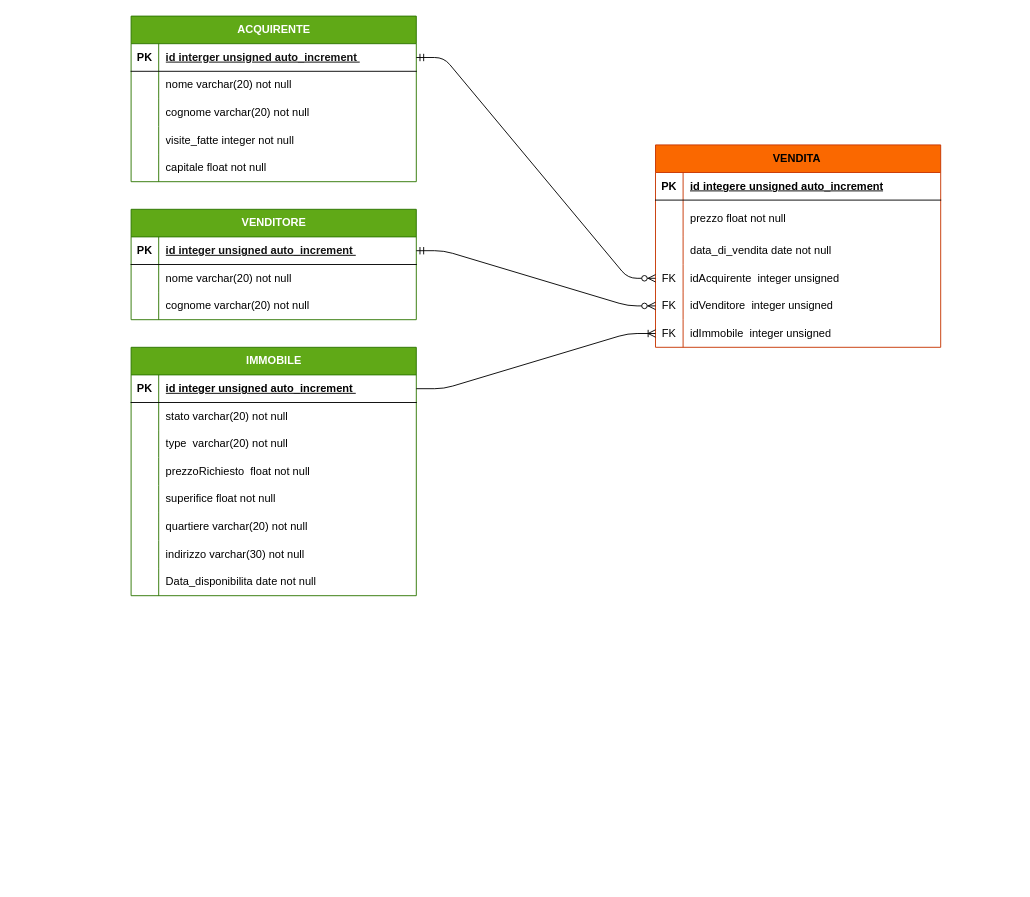
Above: docs/er.drawio in Lanfr4/AgenziaImmo (draw.io), before the change. Source tidied: cells renumbered, new cells numbered last; positions are measured from the earlier drawing's top-left corner, leaving out a move shared by most shapes. Both pictures are drawn from the tidied source at 92%, with x=0, y=0 at pixel (131, 16).
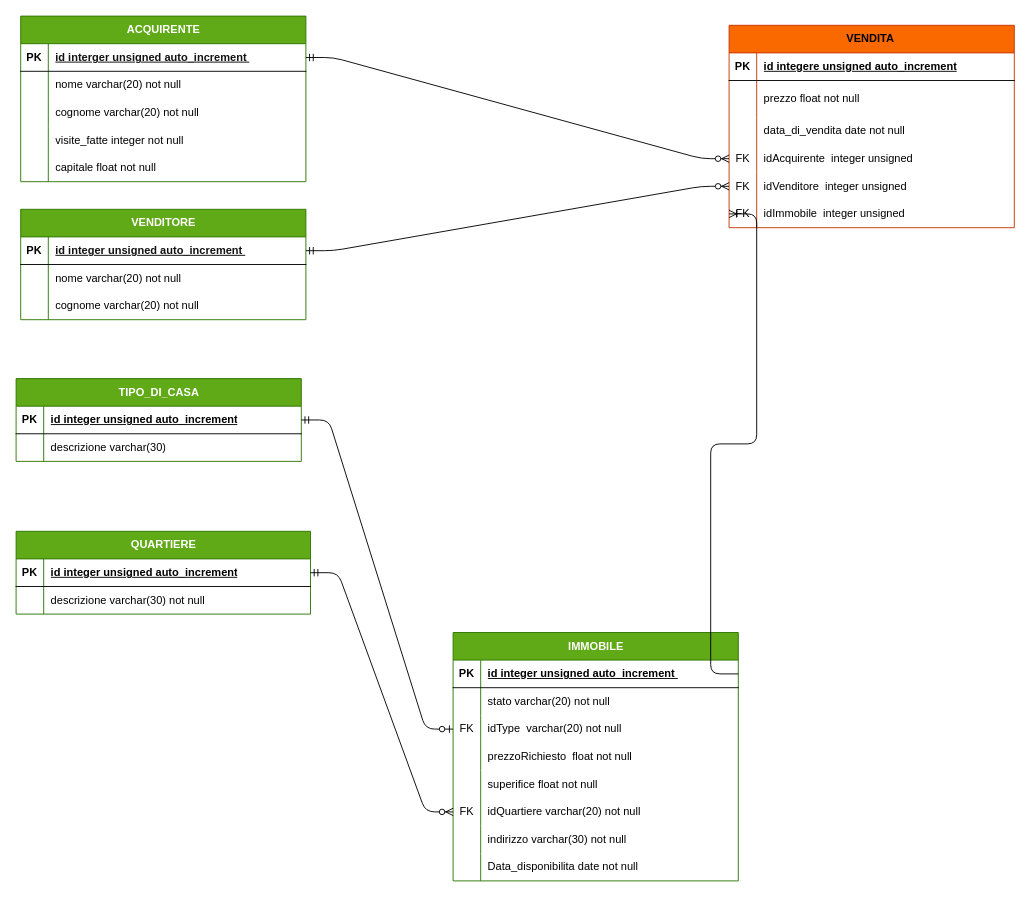
Above is the later version.

Unchanged cells that the change refers to:
```xml
<mxCell id="25" style="shape=tableRow;horizontal=0;startSize=0;swimlaneHead=0;swimlaneBody=0;fillColor=none;points=[[0,0.5],[1,0.5]];portConstraint=eastwest;top=0;left=0;right=0;bottom=0;" parent="18" vertex="1">
  <mxGeometry y="90" width="310" height="30" as="geometry" />
</mxCell>
<mxCell id="34" style="shape=tableRow;horizontal=0;startSize=0;swimlaneHead=0;swimlaneBody=0;fillColor=none;points=[[0,0.5],[1,0.5]];portConstraint=eastwest;top=0;left=0;right=0;bottom=0;" parent="18" vertex="1">
  <mxGeometry y="180" width="310" height="30" as="geometry" />
</mxCell>
```

The edit, as a diff of the source:
```diff
@@
     <mxCell id="2" value="ACQUIRENTE" style="shape=table;startSize=30;childLayout=tableLayout;rowLines=0;fontStyle=1;align=center;html=1;fillColor=#60a917;fontColor=#ffffff;strokeColor=#2D7600;" parent="1" vertex="1">
-      <mxGeometry width="310" height="180" as="geometry" />
+      <mxGeometry x="-120" width="310" height="180" as="geometry" />
     </mxCell>
@@
     <mxCell id="18" value="IMMOBILE" style="shape=table;startSize=30;childLayout=tableLayout;rowLines=0;fontStyle=1;align=center;html=1;fillColor=#60a917;strokeColor=#2D7600;fontColor=#ffffff;" parent="1" vertex="1">
-      <mxGeometry y="360" width="310" height="270" as="geometry" />
+      <mxGeometry x="350" y="670" width="310" height="270" as="geometry" />
     </mxCell>
@@
-    <mxCell id="26" style="shape=partialRectangle;fillColor=none;top=0;left=0;bottom=0;right=0;overflow=hidden;whiteSpace=wrap;html=1;" parent="25" vertex="1">
+    <mxCell id="26" value="FK" style="shape=partialRectangle;fillColor=none;top=0;left=0;bottom=0;right=0;overflow=hidden;whiteSpace=wrap;html=1;" parent="25" vertex="1">
       <mxGeometry width="30" height="30" as="geometry" />
     </mxCell>
-    <mxCell id="27" value="type&amp;nbsp; varchar(20) not null" style="shape=partialRectangle;fillColor=none;top=0;left=0;bottom=0;right=0;align=left;spacingLeft=6;overflow=hidden;whiteSpace=wrap;html=1;" parent="25" vertex="1">
+    <mxCell id="27" value="idType&amp;nbsp; varchar(20) not null" style="shape=partialRectangle;fillColor=none;top=0;left=0;bottom=0;right=0;align=left;spacingLeft=6;overflow=hidden;whiteSpace=wrap;html=1;" parent="25" vertex="1">
       <mxGeometry x="30" width="280" height="30" as="geometry" />
     </mxCell>
@@
-    <mxCell id="35" style="shape=partialRectangle;fillColor=none;top=0;left=0;bottom=0;right=0;overflow=hidden;whiteSpace=wrap;html=1;" parent="34" vertex="1">
+    <mxCell id="35" value="FK" style="shape=partialRectangle;fillColor=none;top=0;left=0;bottom=0;right=0;overflow=hidden;whiteSpace=wrap;html=1;" parent="34" vertex="1">
       <mxGeometry width="30" height="30" as="geometry" />
     </mxCell>
-    <mxCell id="36" value="quartiere varchar(20) not null&amp;nbsp;" style="shape=partialRectangle;fillColor=none;top=0;left=0;bottom=0;right=0;align=left;spacingLeft=6;overflow=hidden;whiteSpace=wrap;html=1;" parent="34" vertex="1">
+    <mxCell id="36" value="idQuartiere varchar(20) not null&amp;nbsp;" style="shape=partialRectangle;fillColor=none;top=0;left=0;bottom=0;right=0;align=left;spacingLeft=6;overflow=hidden;whiteSpace=wrap;html=1;" parent="34" vertex="1">
       <mxGeometry x="30" width="280" height="30" as="geometry" />
     </mxCell>
@@
     <mxCell id="43" value="VENDITA&amp;nbsp;" style="shape=table;startSize=30;childLayout=tableLayout;rowLines=0;fontStyle=1;align=center;html=1;fillColor=#fa6800;fontColor=#000000;strokeColor=#C73500;" parent="1" vertex="1">
-      <mxGeometry x="570" y="140" width="310" height="220" as="geometry" />
+      <mxGeometry x="650" y="10" width="310" height="220" as="geometry" />
     </mxCell>
@@
     <mxCell id="62" value="VENDITORE" style="shape=table;startSize=30;childLayout=tableLayout;rowLines=0;fontStyle=1;align=center;html=1;fillColor=#60a917;fontColor=#ffffff;strokeColor=#2D7600;" parent="1" vertex="1">
-      <mxGeometry y="210" width="310" height="120" as="geometry" />
+      <mxGeometry x="-120" y="210" width="310" height="120" as="geometry" />
     </mxCell>
@@
+    <mxCell id="75" value="QUARTIERE" style="shape=table;startSize=30;childLayout=tableLayout;rowLines=0;fontStyle=1;align=center;html=1;fillColor=#60a917;strokeColor=#2D7600;fontColor=#ffffff;" parent="1" vertex="1">
+      <mxGeometry x="-125" y="560" width="320" height="90" as="geometry" />
+    </mxCell>
+    <mxCell id="76" style="shape=tableRow;horizontal=0;startSize=0;swimlaneHead=0;swimlaneBody=0;fillColor=none;points=[[0,0.5],[1,0.5]];portConstraint=eastwest;top=0;left=0;right=0;bottom=1;" parent="75" vertex="1">
+      <mxGeometry y="30" width="320" height="30" as="geometry" />
+    </mxCell>
+    <mxCell id="77" value="PK" style="shape=partialRectangle;fillColor=none;top=0;left=0;bottom=0;right=0;fontStyle=1;overflow=hidden;whiteSpace=wrap;html=1;" parent="76" vertex="1">
+      <mxGeometry width="30" height="30" as="geometry" />
+    </mxCell>
+    <mxCell id="78" value="id integer unsigned auto_increment" style="shape=partialRectangle;fillColor=none;top=0;left=0;bottom=0;right=0;align=left;spacingLeft=6;fontStyle=5;overflow=hidden;whiteSpace=wrap;html=1;" parent="76" vertex="1">
+      <mxGeometry x="30" width="290" height="30" as="geometry" />
+    </mxCell>
+    <mxCell id="79" style="shape=tableRow;horizontal=0;startSize=0;swimlaneHead=0;swimlaneBody=0;fillColor=none;top=0;left=0;right=0;bottom=0;" parent="75" vertex="1">
+      <mxGeometry y="60" width="320" height="30" as="geometry" />
+    </mxCell>
+    <mxCell id="80" style="shape=partialRectangle;fillColor=none;top=0;left=0;bottom=0;right=0;overflow=hidden;whiteSpace=wrap;html=1;" parent="79" vertex="1">
+      <mxGeometry width="30" height="30" as="geometry" />
+    </mxCell>
+    <mxCell id="81" value="&lt;div&gt;descrizione varchar(30) not null&lt;/div&gt;" style="shape=partialRectangle;fillColor=none;top=0;left=0;bottom=0;right=0;align=left;spacingLeft=6;overflow=hidden;whiteSpace=wrap;html=1;" parent="79" vertex="1">
+      <mxGeometry x="30" width="290" height="30" as="geometry" />
+    </mxCell>
+    <mxCell id="82" value="TIPO_DI_CASA" style="shape=table;startSize=30;childLayout=tableLayout;rowLines=0;fontStyle=1;align=center;html=1;fillColor=#60a917;fontColor=#ffffff;strokeColor=#2D7600;" parent="1" vertex="1">
+      <mxGeometry x="-125" y="394" width="310" height="90" as="geometry" />
+    </mxCell>
+    <mxCell id="83" style="shape=tableRow;horizontal=0;startSize=0;swimlaneHead=0;swimlaneBody=0;fillColor=none;points=[[0,0.5],[1,0.5]];portConstraint=eastwest;top=0;left=0;right=0;bottom=1;" parent="82" vertex="1">
+      <mxGeometry y="30" width="310" height="30" as="geometry" />
+    </mxCell>
+    <mxCell id="84" value="PK" style="shape=partialRectangle;fillColor=none;top=0;left=0;bottom=0;right=0;fontStyle=1;overflow=hidden;whiteSpace=wrap;html=1;" parent="83" vertex="1">
+      <mxGeometry width="30" height="30" as="geometry" />
+    </mxCell>
+    <mxCell id="85" value="id integer unsigned auto_increment" style="shape=partialRectangle;fillColor=none;top=0;left=0;bottom=0;right=0;align=left;spacingLeft=6;fontStyle=5;overflow=hidden;whiteSpace=wrap;html=1;" parent="83" vertex="1">
+      <mxGeometry x="30" width="280" height="30" as="geometry" />
+    </mxCell>
+    <mxCell id="86" style="shape=tableRow;horizontal=0;startSize=0;swimlaneHead=0;swimlaneBody=0;fillColor=none;top=0;left=0;right=0;bottom=0;" parent="82" vertex="1">
+      <mxGeometry y="60" width="310" height="30" as="geometry" />
+    </mxCell>
+    <mxCell id="87" style="shape=partialRectangle;fillColor=none;top=0;left=0;bottom=0;right=0;overflow=hidden;whiteSpace=wrap;html=1;" parent="86" vertex="1">
+      <mxGeometry width="30" height="30" as="geometry" />
+    </mxCell>
+    <mxCell id="88" value="descrizione varchar(30)" style="shape=partialRectangle;fillColor=none;top=0;left=0;bottom=0;right=0;align=left;spacingLeft=6;overflow=hidden;whiteSpace=wrap;html=1;" parent="86" vertex="1">
+      <mxGeometry x="30" width="280" height="30" as="geometry" />
+    </mxCell>
+    <mxCell id="89" style="edgeStyle=entityRelationEdgeStyle;fontSize=12;html=1;endArrow=ERzeroToMany;startArrow=ERmandOne;exitX=1;exitY=0.5;exitDx=0;exitDy=0;entryX=0;entryY=0.5;entryDx=0;entryDy=0;" parent="1" edge="1" source="76" target="34">
+      <mxGeometry relative="1" as="geometry" />
+    </mxCell>
+    <mxCell id="90" style="edgeStyle=entityRelationEdgeStyle;fontSize=12;html=1;endArrow=ERzeroToOne;startArrow=ERmandOne;exitX=1;exitY=0.5;exitDx=0;exitDy=0;entryX=0;entryY=0.5;entryDx=0;entryDy=0;" parent="1" edge="1" source="83" target="25">
+      <mxGeometry relative="1" as="geometry" />
+    </mxCell>
```
